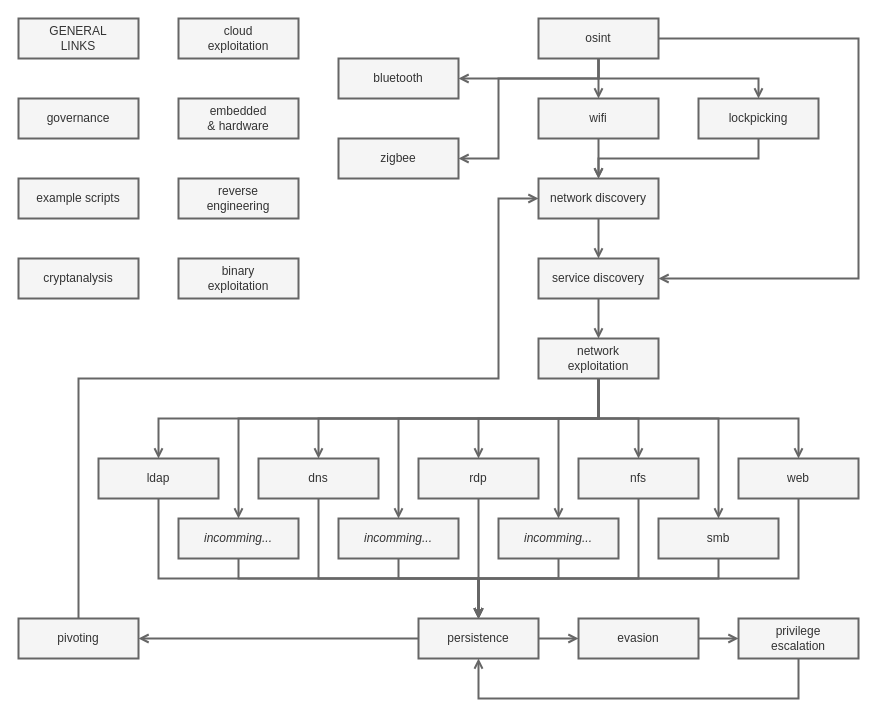
Earlier version of the draw.io diagram posts/notes/pwn/tree.drawio (0b11stan/blog). Source tidied: cells renumbered, new cells numbered last; positions are measured from the earlier drawing's top-left corner, leaving out a move shared by most shapes. Both pictures are drawn from the tidied source at 100%, with x=0, y=0 at pixel (18, 18).
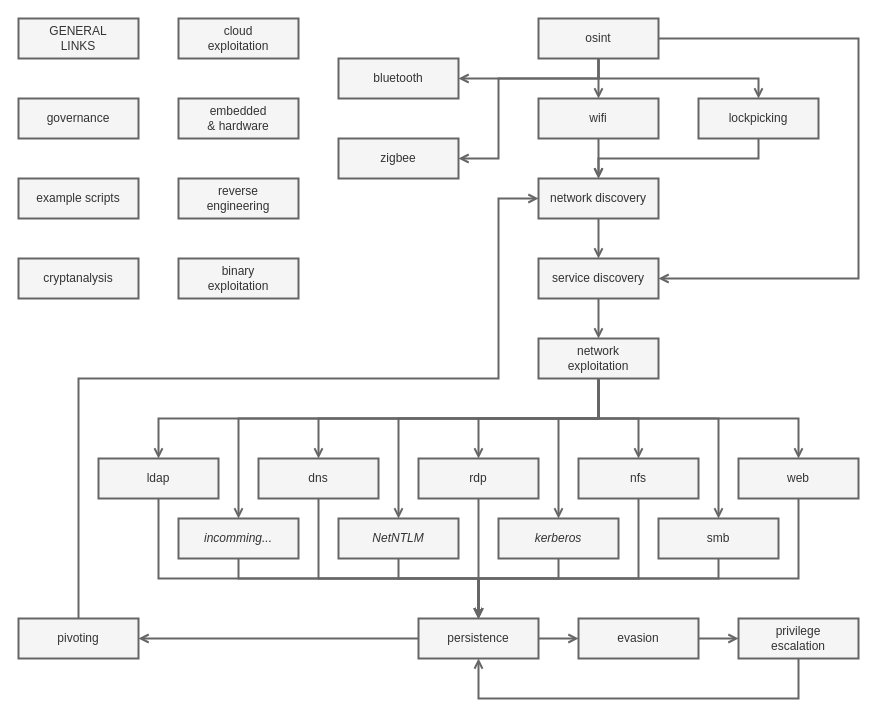
The same page after the edit.

The edit, as a diff of the source:
```diff
@@
-    <mxCell id="45" value="&lt;i style=&quot;&quot;&gt;incomming...&lt;/i&gt;" style="rounded=0;whiteSpace=wrap;html=1;fillColor=#f5f5f5;fontColor=#333333;strokeColor=#666666;strokeWidth=2;" parent="1" vertex="1">
+    <mxCell id="45" value="&lt;i style=&quot;&quot;&gt;NetNTLM&lt;/i&gt;" style="rounded=0;whiteSpace=wrap;html=1;fillColor=#f5f5f5;fontColor=#333333;strokeColor=#666666;strokeWidth=2;" parent="1" vertex="1">
       <mxGeometry x="320" y="500" width="120" height="40" as="geometry" />
     </mxCell>
@@
-    <mxCell id="49" value="&lt;i style=&quot;&quot;&gt;incomming...&lt;/i&gt;" style="rounded=0;whiteSpace=wrap;html=1;fillColor=#f5f5f5;fontColor=#333333;strokeColor=#666666;strokeWidth=2;" parent="1" vertex="1">
+    <mxCell id="49" value="&lt;i style=&quot;&quot;&gt;kerberos&lt;/i&gt;" style="rounded=0;whiteSpace=wrap;html=1;fillColor=#f5f5f5;fontColor=#333333;strokeColor=#666666;strokeWidth=2;" parent="1" vertex="1">
       <mxGeometry x="480" y="500" width="120" height="40" as="geometry" />
     </mxCell>
```
